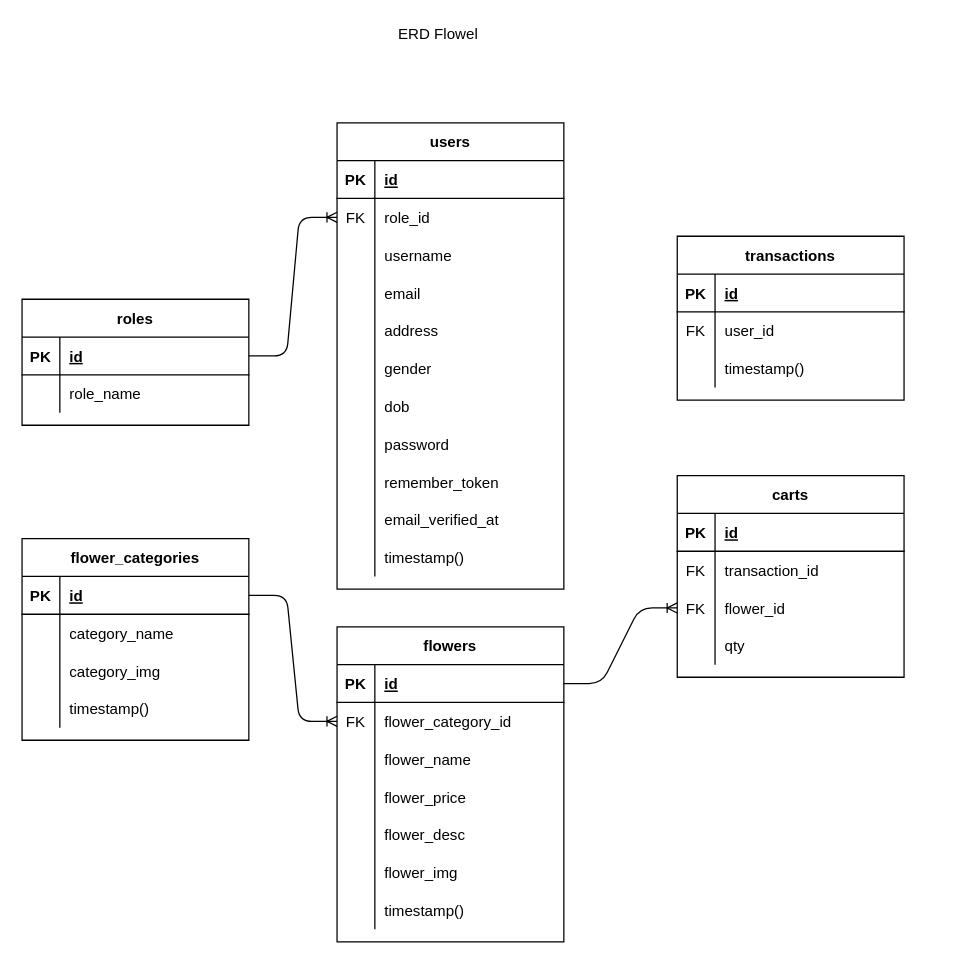
This is erdflowelto.drawio from hansburnthem/flowelto, a draw.io file, before an edit. Source tidied: cells renumbered, new cells numbered last; positions are measured from the earlier drawing's top-left corner, leaving out a move shared by most shapes. Both pictures are drawn from the tidied source at 126%, with x=0, y=0 at pixel (21, 21).
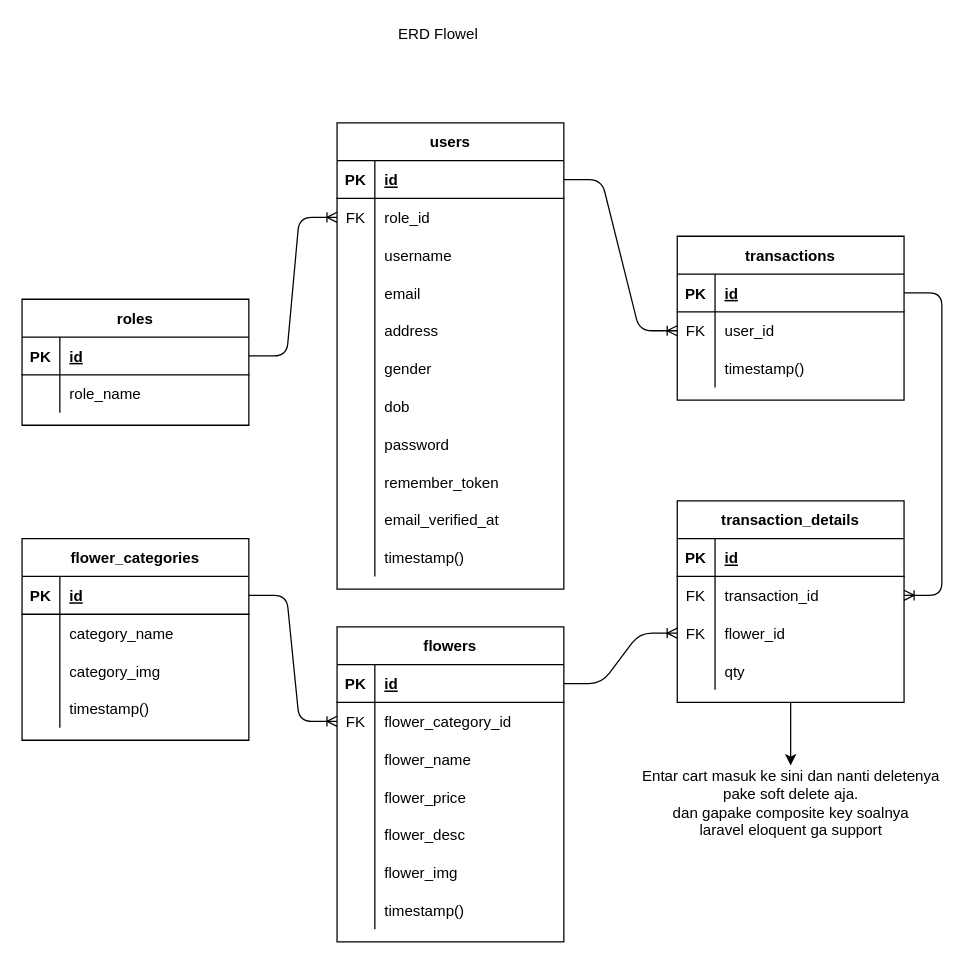
The same diagram, later.

Unchanged cells that the change refers to:
```xml
<mxCell id="3" style="shape=partialRectangle;fillColor=none;top=0;left=0;bottom=1;right=0;points=[[0,0.5],[1,0.5]];portConstraint=eastwest;" parent="2" vertex="1">
  <mxGeometry y="30" width="180" height="30" as="geometry" />
</mxCell>
<mxCell id="83" style="shape=partialRectangle;fillColor=none;top=0;left=0;bottom=0;right=0;points=[[0,0.5],[1,0.5]];portConstraint=eastwest;" parent="79" vertex="1">
  <mxGeometry y="60" width="180" height="30" as="geometry" />
</mxCell>
<mxCell id="93" style="shape=partialRectangle;fillColor=none;top=0;left=0;bottom=1;right=0;points=[[0,0.5],[1,0.5]];portConstraint=eastwest;" parent="92" vertex="1">
  <mxGeometry y="30" width="180" height="30" as="geometry" />
</mxCell>
<mxCell id="96" style="shape=partialRectangle;fillColor=none;top=0;left=0;bottom=0;right=0;points=[[0,0.5],[1,0.5]];portConstraint=eastwest;" parent="92" vertex="1">
  <mxGeometry y="60" width="180" height="30" as="geometry" />
</mxCell>
```

The edit, as a diff of the source:
```diff
@@
+    <mxCell id="105" style="edgeStyle=orthogonalEdgeStyle;rounded=0;jettySize=auto;html=1;" parent="1" edge="1" source="79" target="108">
+      <mxGeometry relative="1" as="geometry" />
+    </mxCell>
-    <mxCell id="79" value="carts" style="shape=table;startSize=30;childLayout=tableLayout;rowLines=0;fontStyle=1;align=center;" parent="1" vertex="1">
-      <mxGeometry x="520" y="360" width="180" height="160" as="geometry" />
+    <mxCell id="79" value="transaction_details" style="shape=table;startSize=30;childLayout=tableLayout;rowLines=0;fontStyle=1;align=center;" parent="1" vertex="1">
+      <mxGeometry x="520" y="380" width="180" height="160" as="geometry" />
     </mxCell>
@@
+    <mxCell id="106" style="edgeStyle=entityRelationEdgeStyle;fontSize=12;html=1;endArrow=ERoneToMany;entryX=1;entryY=0.5;entryDx=0;entryDy=0;exitX=1;exitY=0.5;exitDx=0;exitDy=0;" parent="1" edge="1" source="93" target="83">
+      <mxGeometry relative="1" as="geometry" />
+    </mxCell>
+    <mxCell id="107" style="edgeStyle=entityRelationEdgeStyle;fontSize=12;html=1;endArrow=ERoneToMany;entryX=0;entryY=0.5;entryDx=0;entryDy=0;exitX=1;exitY=0.5;exitDx=0;exitDy=0;" parent="1" edge="1" source="3" target="96">
+      <mxGeometry relative="1" as="geometry" />
+    </mxCell>
+    <mxCell id="108" value="Entar cart masuk ke sini dan nanti deletenya&lt;br&gt;pake soft delete aja.&lt;br&gt;dan gapake composite key soalnya&lt;br&gt;laravel eloquent ga support" style="text;html=1;align=center;verticalAlign=middle;points=[];" parent="1" vertex="1">
+      <mxGeometry x="485" y="590" width="250" height="60" as="geometry" />
+    </mxCell>
```
